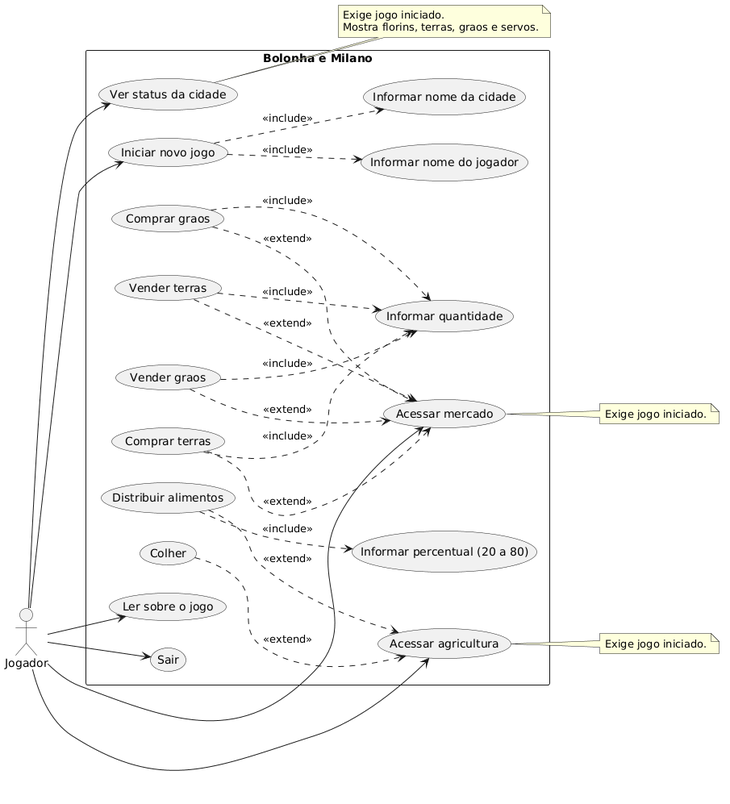
Before: src/bolonhaemilano/casos-de-uso/plantuml-diagram.png, a diagram exported from PlantUML (JeanCFreitas/projeto-bolonha-e-milano-SPOTDES).
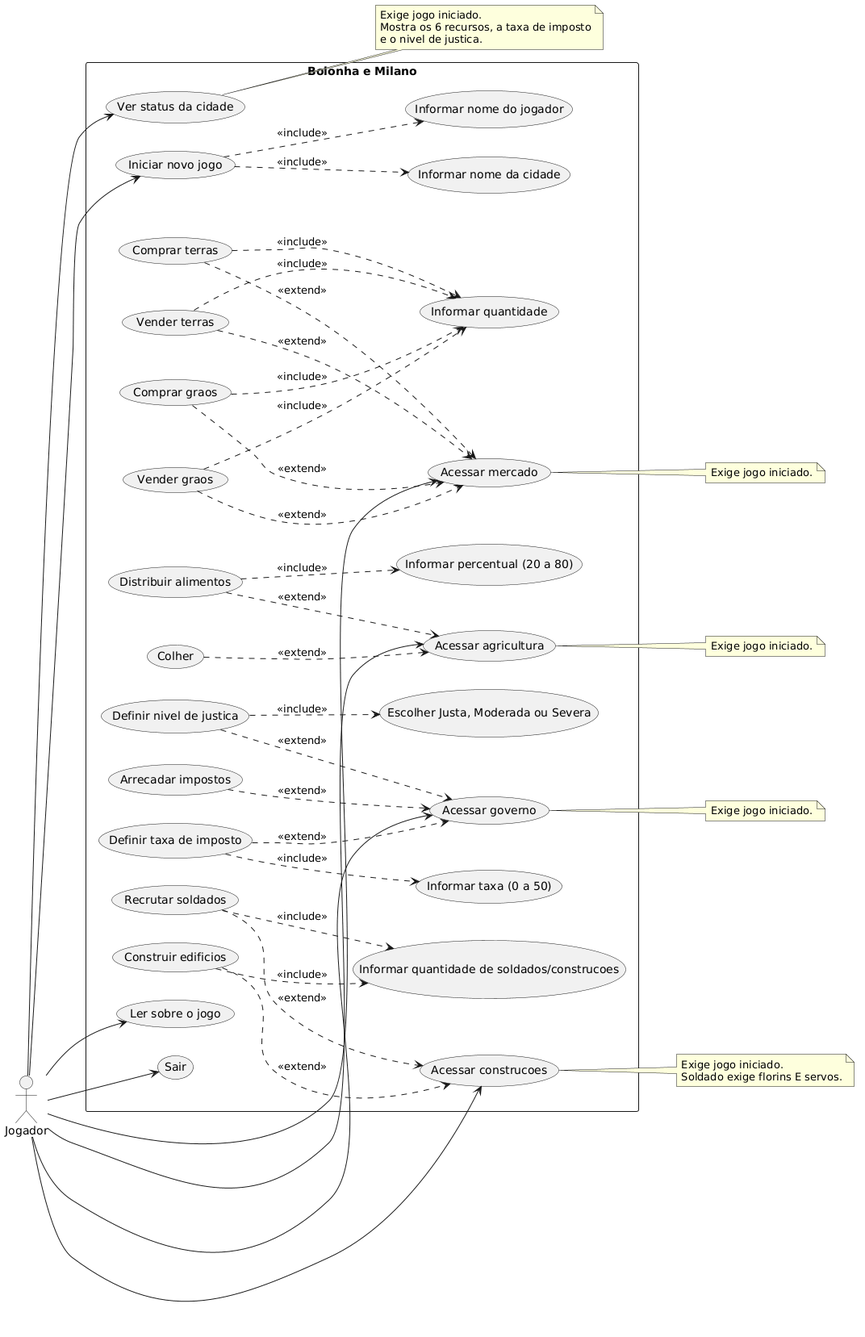
The same diagram one commit later.

Change to the diagram source:
```diff
@@ -20,6 +20,16 @@
   usecase "Colher" as UC6a
   usecase "Distribuir alimentos" as UC6b
   usecase "Informar percentual (20 a 80)" as UC6c
+  usecase "Acessar governo" as UC7
+  usecase "Arrecadar impostos" as UC7a
+  usecase "Definir taxa de imposto" as UC7b
+  usecase "Informar taxa (0 a 50)" as UC7c
+  usecase "Definir nivel de justica" as UC7d
+  usecase "Escolher Justa, Moderada ou Severa" as UC7e
+  usecase "Acessar construcoes" as UC8
+  usecase "Recrutar soldados" as UC8a
+  usecase "Construir edificios" as UC8b
+  usecase "Informar quantidade de soldados/construcoes" as UC8c
   usecase "Sair" as UC4
 }
 
@@ -28,6 +38,8 @@
 Jogador --> UC3
 Jogador --> UC5
 Jogador --> UC6
+Jogador --> UC7
+Jogador --> UC8
 Jogador --> UC4
 
 UC1 ..> UC1a : <<include>>
@@ -46,9 +58,21 @@
 UC6b ..> UC6 : <<extend>>
 UC6b ..> UC6c : <<include>>
 
+UC7a ..> UC7 : <<extend>>
+UC7b ..> UC7 : <<extend>>
+UC7d ..> UC7 : <<extend>>
+UC7b ..> UC7c : <<include>>
+UC7d ..> UC7e : <<include>>
+
+UC8a ..> UC8 : <<extend>>
+UC8b ..> UC8 : <<extend>>
+UC8a ..> UC8c : <<include>>
+UC8b ..> UC8c : <<include>>
+
 note right of UC2
   Exige jogo iniciado.
-  Mostra florins, terras, graos e servos.
+  Mostra os 6 recursos, a taxa de imposto
+  e o nivel de justica.
 end note
 note right of UC5
   Exige jogo iniciado.
@@ -56,4 +80,11 @@
 note right of UC6
   Exige jogo iniciado.
 end note
+note right of UC7
+  Exige jogo iniciado.
+end note
+note right of UC8
+  Exige jogo iniciado.
+  Soldado exige florins E servos.
+end note
 @enduml
```
